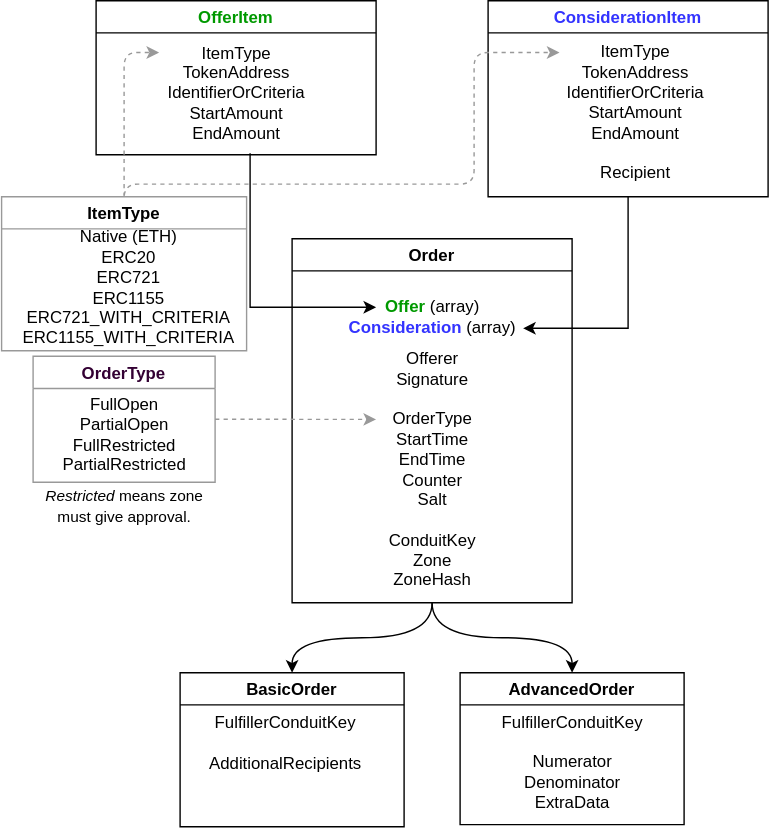
Above: Seaport.order.drawio.svg in ByteWizardJ/seaport-analysis (draw.io), before the change. Source tidied: cells renumbered, new cells last; positions are measured from the earlier drawing's top-left corner, leaving out a move shared by most shapes.
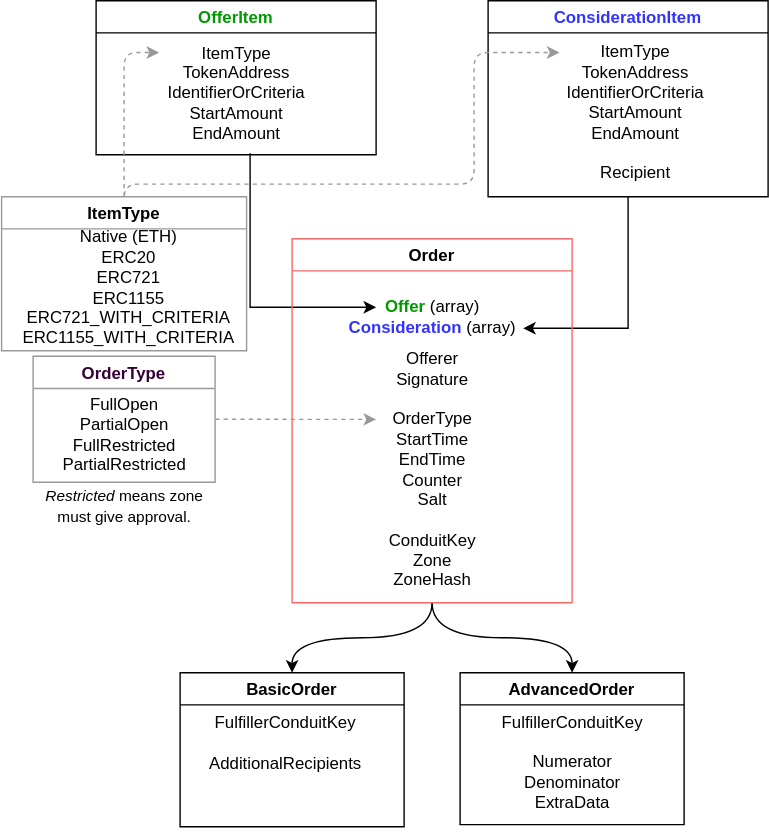
Above is the later version.

Diff of the diagram source:
```diff
@@ -38,7 +38,7 @@
     <mxCell id="9" style="edgeStyle=orthogonalEdgeStyle;jettySize=auto;html=1;curved=1;" parent="1" edge="1" source="10" target="20">
       <mxGeometry relative="1" as="geometry" />
     </mxCell>
-    <mxCell id="10" value="Order" style="swimlane;" parent="1" vertex="1">
+    <mxCell id="10" value="Order" style="swimlane;strokeColor=#FF6666;" parent="1" vertex="1">
       <mxGeometry x="208" y="170" width="200" height="260" as="geometry" />
     </mxCell>
     <mxCell id="11" value="&lt;b style=&quot;color: rgb(0, 153, 0);&quot;&gt;Offer &lt;/b&gt;(array)&lt;br&gt;&lt;b style=&quot;color: rgb(51, 51, 255);&quot;&gt;Consideration &lt;/b&gt;(array)" style="text;html=1;align=center;verticalAlign=middle;points=[];strokeColor=none;fillColor=none;" parent="10" vertex="1">
```
